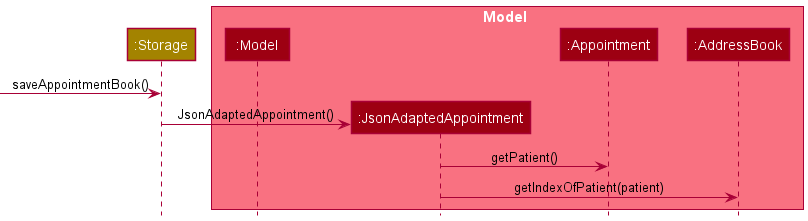
rish-16/tp keeps this PlantUML diagram as docs/diagrams/SaveAppointmentSequenceDiagram2.png. Above is the earlier version. The source it was exported from:
```plantuml
@startuml
!include style.puml

Participant ":Storage" as storage STORAGE_COLOR

box Model MODEL_COLOR_T1
participant ":Model" as model MODEL_COLOR
participant ":JsonAdaptedAppointment" as jaa MODEL_COLOR
participant ":Appointment" as appointment MODEL_COLOR
participant ":AddressBook" as addressbook MODEL_COLOR
end box

[-> storage : saveAppointmentBook()

create jaa
storage -> jaa : JsonAdaptedAppointment()
jaa -> appointment : getPatient()
jaa -> addressbook : getIndexOfPatient(patient)

@enduml
```
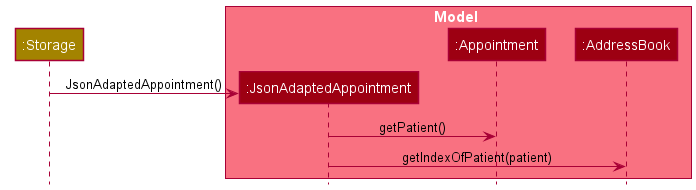
After the commit.

Change to the diagram source:
```diff
@@ -4,13 +4,10 @@
 Participant ":Storage" as storage STORAGE_COLOR
 
 box Model MODEL_COLOR_T1
-participant ":Model" as model MODEL_COLOR
 participant ":JsonAdaptedAppointment" as jaa MODEL_COLOR
 participant ":Appointment" as appointment MODEL_COLOR
 participant ":AddressBook" as addressbook MODEL_COLOR
 end box
-
-[-> storage : saveAppointmentBook()
 
 create jaa
 storage -> jaa : JsonAdaptedAppointment()
```
